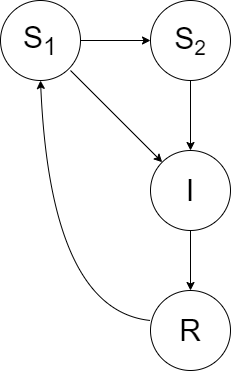
Before: model.png, a diagram exported from draw.io (ericch99/gme-pomp). Source tidied: cells renumbered, new cells last; positions are measured from the earlier drawing's top-left corner, leaving out a move shared by most shapes.
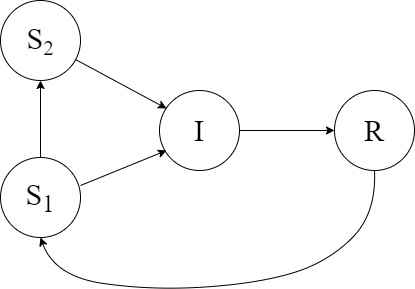
Later version of the same file.

Diff of the diagram source:
```diff
@@ -2,44 +2,48 @@
   <root>
     <mxCell id="0" />
     <mxCell id="1" parent="0" />
-    <mxCell id="2" value="&lt;font style=&quot;font-size: 30px&quot;&gt;S&lt;sub&gt;1&lt;/sub&gt;&lt;/font&gt;" style="ellipse;whiteSpace=wrap;html=1;" parent="1" vertex="1">
-      <mxGeometry width="80" height="80" as="geometry" />
+    <mxCell id="2" value="&lt;font style=&quot;font-size: 30px&quot; face=&quot;Times New Roman&quot;&gt;S&lt;sub&gt;1&lt;/sub&gt;&lt;/font&gt;" style="ellipse;whiteSpace=wrap;html=1;" parent="1" vertex="1">
+      <mxGeometry y="217" width="80" height="80" as="geometry" />
     </mxCell>
-    <mxCell id="3" value="&lt;font style=&quot;font-size: 30px&quot;&gt;S&lt;/font&gt;&lt;font style=&quot;font-size: 25px&quot;&gt;&lt;sub&gt;2&lt;/sub&gt;&lt;/font&gt;" style="ellipse;whiteSpace=wrap;html=1;" parent="1" vertex="1">
-      <mxGeometry x="150" width="80" height="80" as="geometry" />
+    <mxCell id="3" value="&lt;font face=&quot;Times New Roman&quot;&gt;&lt;font style=&quot;font-size: 30px&quot;&gt;S&lt;/font&gt;&lt;font style=&quot;font-size: 25px&quot;&gt;&lt;sub&gt;2&lt;/sub&gt;&lt;/font&gt;&lt;/font&gt;" style="ellipse;whiteSpace=wrap;html=1;" parent="1" vertex="1">
+      <mxGeometry y="60" width="80" height="80" as="geometry" />
     </mxCell>
-    <mxCell id="4" value="&lt;span style=&quot;font-size: 30px&quot;&gt;I&lt;/span&gt;" style="ellipse;whiteSpace=wrap;html=1;" parent="1" vertex="1">
-      <mxGeometry x="150" y="150" width="80" height="80" as="geometry" />
+    <mxCell id="4" value="&lt;span style=&quot;font-size: 30px&quot;&gt;&lt;font face=&quot;Times New Roman&quot;&gt;I&lt;/font&gt;&lt;/span&gt;" style="ellipse;whiteSpace=wrap;html=1;" parent="1" vertex="1">
+      <mxGeometry x="159" y="150" width="80" height="80" as="geometry" />
     </mxCell>
-    <mxCell id="5" value="&lt;span style=&quot;font-size: 30px&quot;&gt;R&lt;/span&gt;" style="ellipse;whiteSpace=wrap;html=1;" parent="1" vertex="1">
-      <mxGeometry x="150" y="290" width="80" height="80" as="geometry" />
+    <mxCell id="5" value="&lt;span style=&quot;font-size: 30px&quot;&gt;&lt;font face=&quot;Times New Roman&quot;&gt;R&lt;/font&gt;&lt;/span&gt;" style="ellipse;whiteSpace=wrap;html=1;" parent="1" vertex="1">
+      <mxGeometry x="334" y="150" width="80" height="80" as="geometry" />
     </mxCell>
-    <mxCell id="6" style="endArrow=classic;html=1;entryX=0;entryY=0.5;entryDx=0;entryDy=0;" parent="1" edge="1" target="3">
-      <mxGeometry relative="1" as="geometry">
-        <mxPoint x="80" y="40" as="sourcePoint" />
-      </mxGeometry>
-    </mxCell>
-    <mxCell id="7" style="endArrow=classic;html=1;entryX=0.5;entryY=0;entryDx=0;entryDy=0;" parent="1" edge="1" target="4">
-      <mxGeometry relative="1" as="geometry">
-        <mxPoint x="190" y="80" as="sourcePoint" />
-      </mxGeometry>
-    </mxCell>
-    <mxCell id="8" style="endArrow=classic;html=1;entryX=0.5;entryY=0;entryDx=0;entryDy=0;exitX=0.5;exitY=1;exitDx=0;exitDy=0;" parent="1" edge="1" source="4" target="5">
-      <mxGeometry relative="1" as="geometry" />
+    <mxCell id="8" style="endArrow=classic;html=1;exitX=1;exitY=0.5;exitDx=0;exitDy=0;" parent="1" edge="1" source="4">
+      <mxGeometry relative="1" as="geometry">
+        <mxPoint x="334" y="190" as="targetPoint" />
+      </mxGeometry>
     </mxCell>
-    <mxCell id="9" style="curved=1;endArrow=classic;html=1;entryX=0.5;entryY=1;entryDx=0;entryDy=0;" parent="1" edge="1" target="2">
+    <mxCell id="9" style="curved=1;endArrow=classic;html=1;entryX=0.5;entryY=1;entryDx=0;entryDy=0;exitX=0.5;exitY=1;exitDx=0;exitDy=0;" parent="1" edge="1" source="5" target="2">
       <mxGeometry relative="1" as="geometry">
-        <mxPoint x="150" y="320" as="sourcePoint" />
         <Array as="points">
-          <mxPoint x="150" y="320" />
-          <mxPoint x="50" y="310" />
+          <mxPoint x="376" y="273" />
+          <mxPoint x="327" y="322" />
+          <mxPoint x="257" y="343" />
+          <mxPoint x="152" y="350" />
+          <mxPoint x="54" y="336" />
         </Array>
       </mxGeometry>
     </mxCell>
-    <mxCell id="10" style="endArrow=classic;html=1;entryX=0;entryY=0;entryDx=0;entryDy=0;" parent="1" edge="1" target="4">
-      <mxGeometry relative="1" as="geometry">
-        <mxPoint x="70" y="70" as="sourcePoint" />
-      </mxGeometry>
-    </mxCell>
+    <mxCell id="11" style="endArrow=classic;html=1;entryX=0.5;entryY=1;entryDx=0;entryDy=0;exitX=0.5;exitY=0;exitDx=0;exitDy=0;" parent="1" edge="1" source="2" target="3">
+      <mxGeometry relative="1" as="geometry" />
+    </mxCell>
+    <mxCell id="12" style="endArrow=classic;html=1;" parent="1" edge="1">
+      <mxGeometry relative="1" as="geometry">
+        <mxPoint x="80" y="245" as="sourcePoint" />
+        <mxPoint x="166" y="210" as="targetPoint" />
+      </mxGeometry>
+    </mxCell>
+    <mxCell id="13" style="endArrow=classic;html=1;" parent="1" edge="1">
+      <mxGeometry relative="1" as="geometry">
+        <mxPoint x="75" y="119" as="sourcePoint" />
+        <mxPoint x="166" y="168" as="targetPoint" />
+      </mxGeometry>
+    </mxCell>
   </root>
 </mxGraphModel>
```
